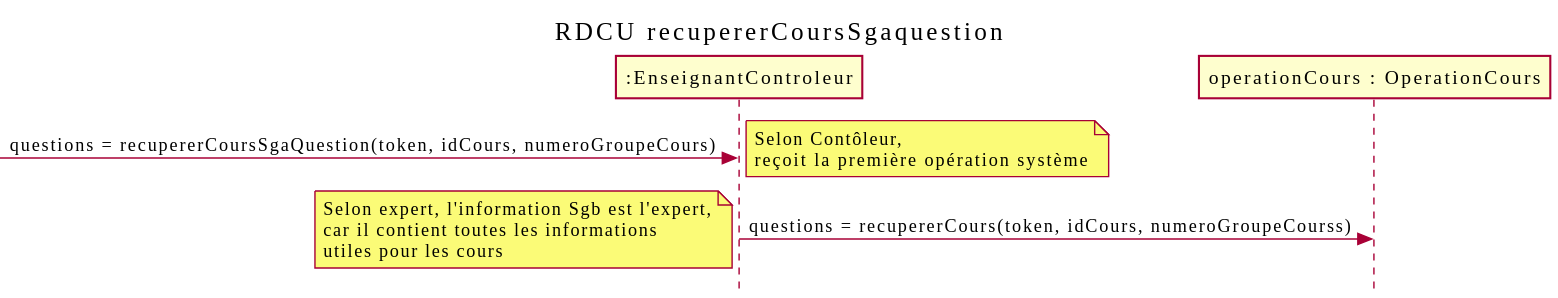
Above: out/docs/Ajouter question/RDCU_Ajouter_Question/recupererCoursSgaQuestion.svg in nerdz88/SGA-TS (PlantUML), before the change. Source of this version:
```plantuml
@startuml
skinparam style strictuml
skinparam defaultfontname Verdana
title RDCU recupererCoursSgaquestion
participant ":EnseignantControleur" as sga
participant "operationCours : OperationCours" as opCours
->sga : questions = recupererCoursSgaQuestion(token, idCours, numeroGroupeCours)
note left : Selon Contôleur,\nreçoit la première opération système
sga->opCours: questions = recupererCours(token, idCours, numeroGroupeCourss)
note left : Selon expert, l'information Sgb est l'expert,\ncar il contient toutes les informations\nutiles pour les cours
@enduml
```
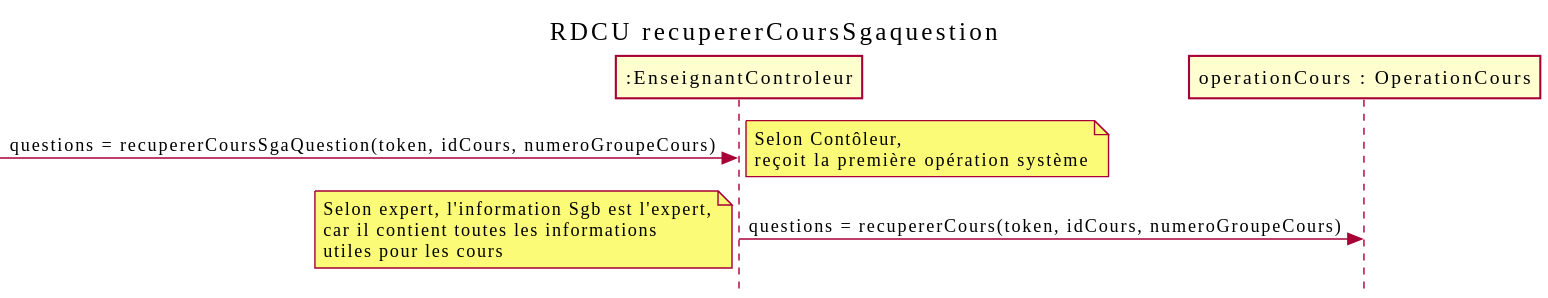
Above is the later version.

Change to the diagram source:
```diff
@@ -6,6 +6,6 @@
 participant "operationCours : OperationCours" as opCours
 ->sga : questions = recupererCoursSgaQuestion(token, idCours, numeroGroupeCours)
 note left : Selon Contôleur,\nreçoit la première opération système
-sga->opCours: questions = recupererCours(token, idCours, numeroGroupeCourss)
+sga->opCours: questions = recupererCours(token, idCours, numeroGroupeCours)
 note left : Selon expert, l'information Sgb est l'expert,\ncar il contient toutes les informations\nutiles pour les cours
 @enduml
```
